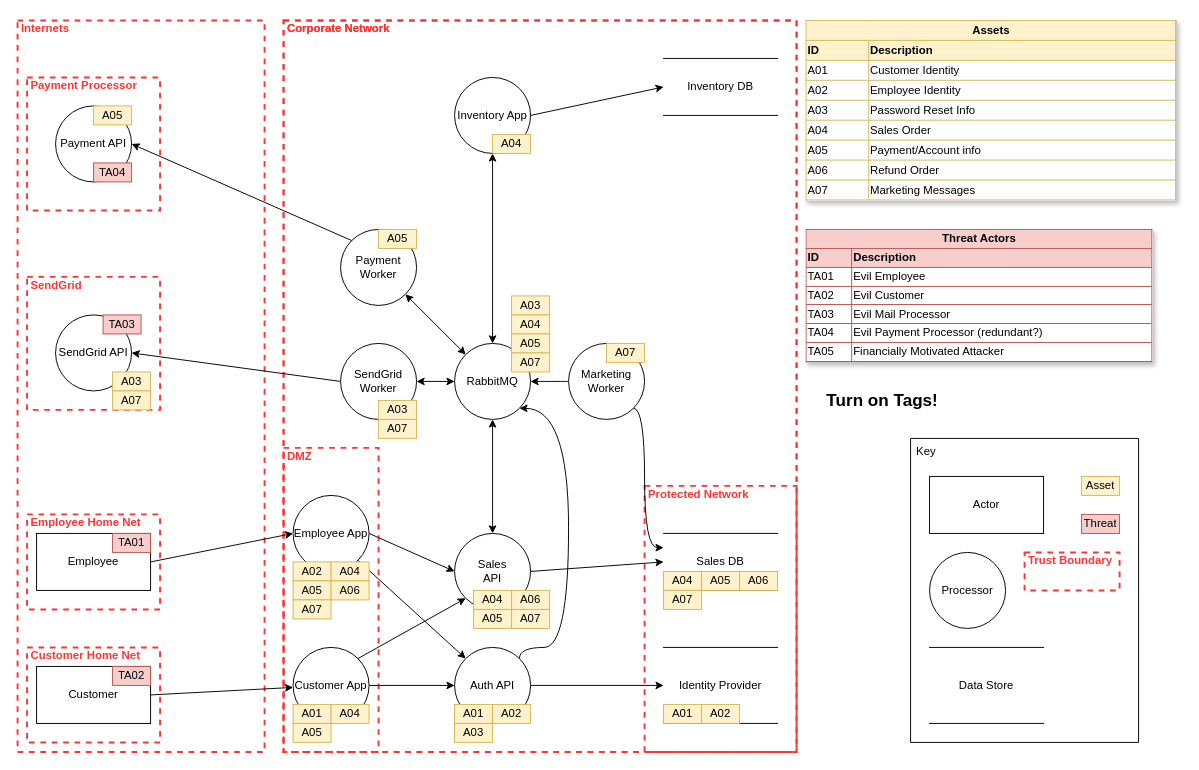
The draw.io diagram page "DataFlowDiagram" (1 of 2) of DrawIO/Example.drawio in ndecizion/ThreatModelingPlaybook, before the edit. Source tidied: cells renumbered, new cells numbered last; positions are measured from the earlier drawing's top-left corner, leaving out a move shared by most shapes. Both pictures are drawn from the tidied source at 95%, with x=0, y=0 at pixel (17, 20).
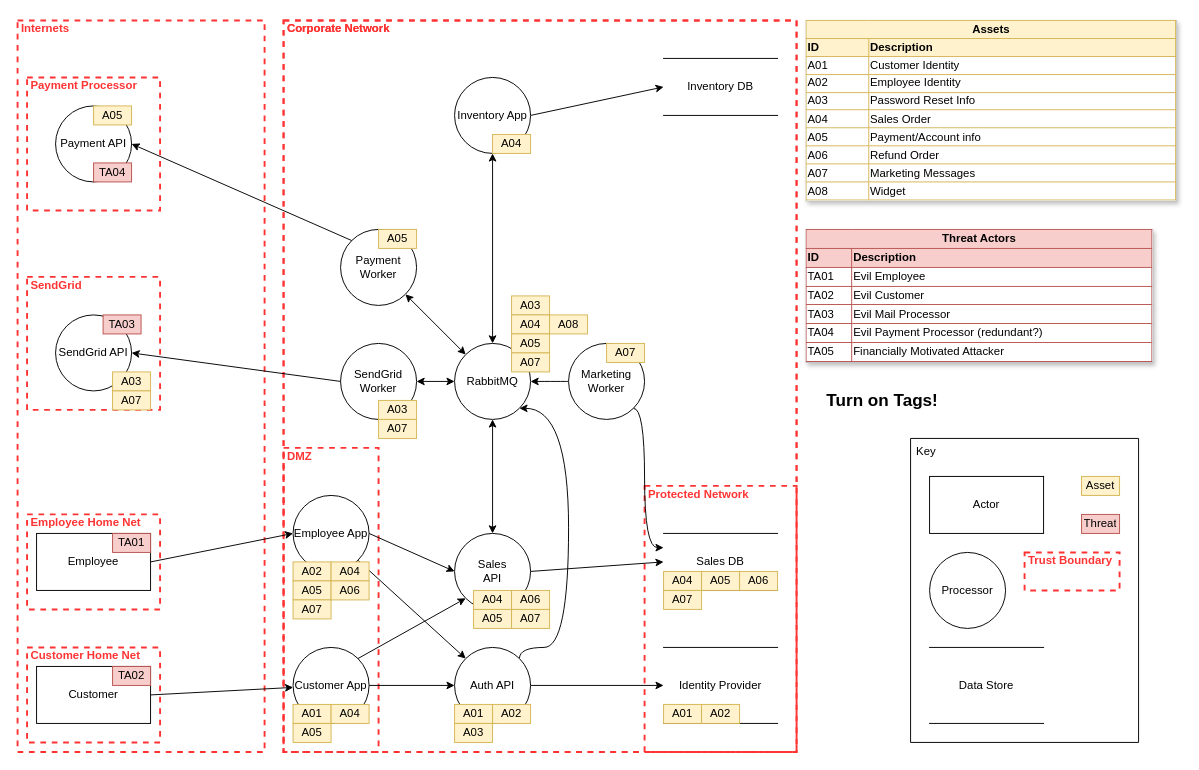
After the change.

Diff of the diagram source:
```diff
@@
-    <mxCell id="10" value="&lt;table border=&quot;1&quot; width=&quot;100%&quot; style=&quot;width: 100% ; height: 100% ; border-collapse: collapse ; border: 1px solid #d6b656&quot;&gt;&lt;tbody&gt;&lt;tr style=&quot;background-color: #fff2cc ; color: #000000 ; border: 1px solid #d6b656&quot;&gt;&lt;th align=&quot;center&quot; colspan=&quot;2&quot;&gt;Assets&lt;/th&gt;&lt;/tr&gt;&lt;tr style=&quot;background-color: #fff2cc ; color: #000000 ; border: 1px solid #d6b656&quot;&gt;&lt;th align=&quot;left&quot; style=&quot;border: 1px solid #d6b656&quot;&gt;ID&lt;/th&gt;&lt;th align=&quot;left&quot; style=&quot;border: 1px solid #d6b656&quot;&gt;Description&lt;/th&gt;&lt;/tr&gt;&lt;tr&gt;&lt;td style=&quot;border: 1px solid #d6b656&quot;&gt;A01&lt;/td&gt;&lt;td style=&quot;border: 1px solid #d6b656&quot;&gt;Customer Identity&lt;/td&gt;&lt;/tr&gt;&lt;tr&gt;&lt;td&gt;A02&lt;/td&gt;&lt;td&gt;Employee Identity&lt;/td&gt;&lt;/tr&gt;&lt;tr&gt;&lt;td&gt;A03&lt;/td&gt;&lt;td&gt;Password Reset Info&lt;/td&gt;&lt;/tr&gt;&lt;tr&gt;&lt;td&gt;A04&lt;/td&gt;&lt;td&gt;Sales Order&lt;/td&gt;&lt;/tr&gt;&lt;tr&gt;&lt;td&gt;A05&lt;/td&gt;&lt;td&gt;Payment/Account info&lt;/td&gt;&lt;/tr&gt;&lt;tr&gt;&lt;td&gt;A06&lt;/td&gt;&lt;td&gt;Refund Order&lt;br&gt;&lt;/td&gt;&lt;/tr&gt;&lt;tr&gt;&lt;td&gt;A07&lt;/td&gt;&lt;td&gt;Marketing Messages&lt;/td&gt;&lt;/tr&gt;&lt;/tbody&gt;&lt;/table&gt;" style="text;html=1;strokeColor=#c0c0c0;fillColor=#ffffff;overflow=fill;rounded=0;shadow=1;labelBackgroundColor=#ffffff;fontColor=#000000;align=left;" parent="1" vertex="1">
+    <mxCell id="10" value="&lt;table border=&quot;1&quot; width=&quot;100%&quot; style=&quot;width: 100% ; height: 100% ; border-collapse: collapse ; border: 1px solid #d6b656&quot;&gt;&lt;tbody&gt;&lt;tr style=&quot;background-color: #fff2cc ; color: #000000 ; border: 1px solid #d6b656&quot;&gt;&lt;th align=&quot;center&quot; colspan=&quot;2&quot;&gt;Assets&lt;/th&gt;&lt;/tr&gt;&lt;tr style=&quot;background-color: #fff2cc ; color: #000000 ; border: 1px solid #d6b656&quot;&gt;&lt;th align=&quot;left&quot; style=&quot;border: 1px solid #d6b656&quot;&gt;ID&lt;/th&gt;&lt;th align=&quot;left&quot; style=&quot;border: 1px solid #d6b656&quot;&gt;Description&lt;/th&gt;&lt;/tr&gt;&lt;tr&gt;&lt;td style=&quot;border: 1px solid #d6b656&quot;&gt;A01&lt;/td&gt;&lt;td style=&quot;border: 1px solid #d6b656&quot;&gt;Customer Identity&lt;/td&gt;&lt;/tr&gt;&lt;tr&gt;&lt;td&gt;A02&lt;/td&gt;&lt;td&gt;Employee Identity&lt;/td&gt;&lt;/tr&gt;&lt;tr&gt;&lt;td&gt;A03&lt;/td&gt;&lt;td&gt;Password Reset Info&lt;/td&gt;&lt;/tr&gt;&lt;tr&gt;&lt;td&gt;A04&lt;/td&gt;&lt;td&gt;Sales Order&lt;/td&gt;&lt;/tr&gt;&lt;tr&gt;&lt;td&gt;A05&lt;/td&gt;&lt;td&gt;Payment/Account info&lt;/td&gt;&lt;/tr&gt;&lt;tr&gt;&lt;td&gt;A06&lt;/td&gt;&lt;td&gt;Refund Order&lt;br&gt;&lt;/td&gt;&lt;/tr&gt;&lt;tr&gt;&lt;td&gt;A07&lt;/td&gt;&lt;td&gt;Marketing Messages&lt;/td&gt;&lt;/tr&gt;&lt;tr&gt;&lt;td&gt;A08&lt;/td&gt;&lt;td&gt;Widget&lt;/td&gt;&lt;/tr&gt;&lt;/tbody&gt;&lt;/table&gt;" style="text;html=1;strokeColor=#c0c0c0;fillColor=#ffffff;overflow=fill;rounded=0;shadow=1;labelBackgroundColor=#ffffff;fontColor=#000000;align=left;" parent="1" vertex="1">
       <mxGeometry x="830" width="390" height="190" as="geometry" />
     </mxCell>
@@
+    <mxCell id="92" value="A08" style="text;html=1;strokeColor=#d6b656;fillColor=#fff2cc;align=center;verticalAlign=middle;whiteSpace=wrap;overflow=hidden;" parent="1" vertex="1">
+      <mxGeometry x="560" y="310" width="40" height="20" as="geometry" />
+    </mxCell>
```
